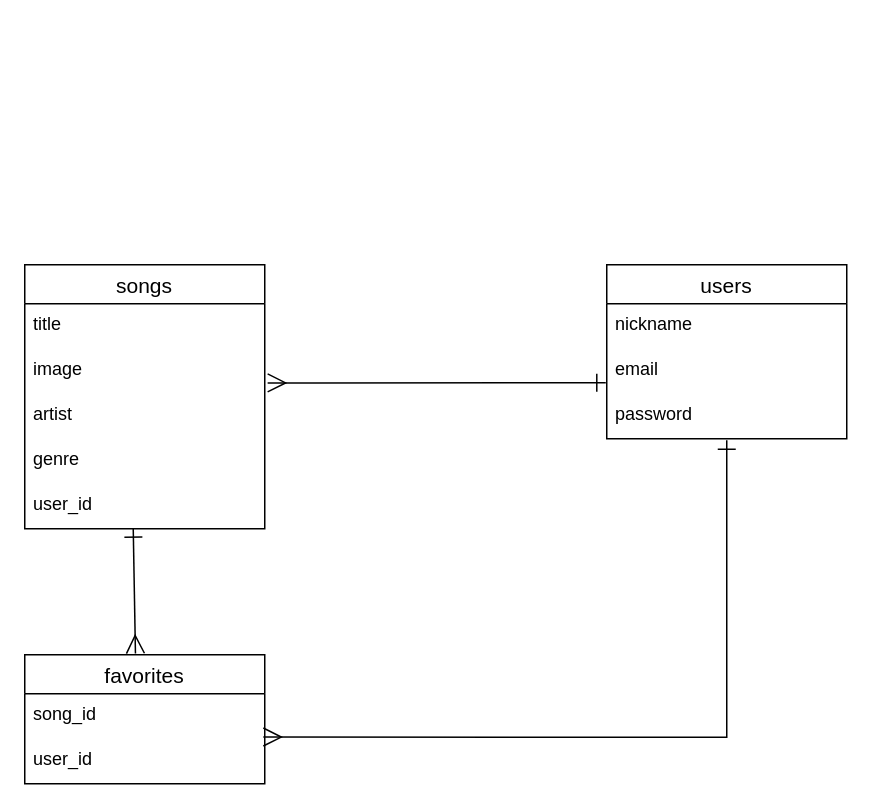
The draw.io diagram best-music-one.dio in nakk-ramy/best-music-one, before the edit. Source tidied: cells renumbered, new cells numbered last; positions are measured from the earlier drawing's top-left corner, leaving out a move shared by most shapes. Both pictures are drawn from the tidied source at 150%, with x=0, y=0 at pixel (24, 264).
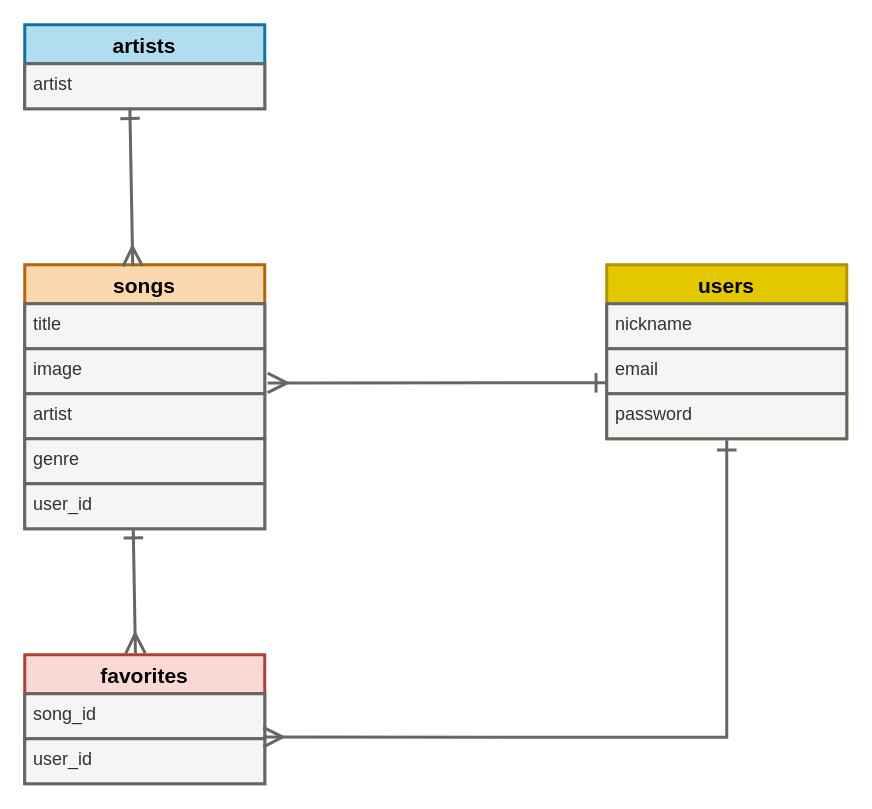
The same page after the edit.

Change to the diagram source:
```diff
@@
-<mxGraphModel>
+<mxGraphModel background="#FFFFFF">
@@
-    <mxCell id="2" value="songs" style="swimlane;fontStyle=0;horizontal=1;startSize=26;align=center;fontSize=14;" parent="1" vertex="1">
+    <mxCell id="2" value="songs" style="swimlane;fontStyle=1;horizontal=1;startSize=26;align=center;fontSize=14;strokeWidth=2;fillColor=#fad7ac;strokeColor=#b46504;fontColor=#000000;" parent="1" vertex="1">
       <mxGeometry width="160" height="176" as="geometry" />
     </mxCell>
-    <mxCell id="3" value="title&#10;" style="text;strokeColor=none;fillColor=none;spacingLeft=4;spacingRight=4;overflow=hidden;fontSize=12;" parent="2" vertex="1">
+    <mxCell id="3" value="title&#10;" style="text;fillColor=#f5f5f5;spacingLeft=4;spacingRight=4;overflow=hidden;fontSize=12;strokeColor=#666666;fontColor=#333333;strokeWidth=2;" parent="2" vertex="1">
       <mxGeometry y="26" width="160" height="30" as="geometry" />
     </mxCell>
-    <mxCell id="4" value="image" style="text;strokeColor=none;fillColor=none;spacingLeft=4;spacingRight=4;overflow=hidden;points=[[0,0.5],[1,0.5]];portConstraint=eastwest;fontSize=12;" parent="2" vertex="1">
+    <mxCell id="4" value="image" style="text;fillColor=#f5f5f5;spacingLeft=4;spacingRight=4;overflow=hidden;points=[[0,0.5],[1,0.5]];portConstraint=eastwest;fontSize=12;strokeColor=#666666;fontColor=#333333;strokeWidth=2;" parent="2" vertex="1">
       <mxGeometry y="56" width="160" height="30" as="geometry" />
     </mxCell>
-    <mxCell id="5" value="artist" style="text;strokeColor=none;fillColor=none;spacingLeft=4;spacingRight=4;overflow=hidden;fontSize=12;" parent="2" vertex="1">
+    <mxCell id="5" value="artist" style="text;fillColor=#f5f5f5;spacingLeft=4;spacingRight=4;overflow=hidden;fontSize=12;strokeColor=#666666;fontColor=#333333;strokeWidth=2;" parent="2" vertex="1">
       <mxGeometry y="86" width="160" height="30" as="geometry" />
     </mxCell>
-    <mxCell id="6" value="genre" style="text;strokeColor=none;fillColor=none;spacingLeft=4;spacingRight=4;overflow=hidden;fontSize=12;" parent="2" vertex="1">
+    <mxCell id="6" value="genre" style="text;fillColor=#f5f5f5;spacingLeft=4;spacingRight=4;overflow=hidden;fontSize=12;strokeColor=#666666;fontColor=#333333;strokeWidth=2;" parent="2" vertex="1">
       <mxGeometry y="116" width="160" height="30" as="geometry" />
     </mxCell>
-    <mxCell id="7" value="user_id" style="text;strokeColor=none;fillColor=none;spacingLeft=4;spacingRight=4;overflow=hidden;points=[[0,0.5],[1,0.5]];portConstraint=eastwest;fontSize=12;" parent="2" vertex="1">
+    <mxCell id="7" value="user_id" style="text;fillColor=#f5f5f5;spacingLeft=4;spacingRight=4;overflow=hidden;points=[[0,0.5],[1,0.5]];portConstraint=eastwest;fontSize=12;strokeColor=#666666;fontColor=#333333;strokeWidth=2;" parent="2" vertex="1">
       <mxGeometry y="146" width="160" height="30" as="geometry" />
     </mxCell>
-    <mxCell id="8" value="users" style="swimlane;fontStyle=0;horizontal=1;startSize=26;align=center;fontSize=14;" parent="1" vertex="1">
+    <mxCell id="8" value="users" style="swimlane;fontStyle=1;horizontal=1;startSize=26;align=center;fontSize=14;fillColor=#e3c800;strokeColor=#B09500;fontColor=#000000;strokeWidth=2;" parent="1" vertex="1">
       <mxGeometry x="388" width="160" height="116" as="geometry" />
     </mxCell>
-    <mxCell id="9" value="nickname   " style="text;strokeColor=none;fillColor=none;spacingLeft=4;spacingRight=4;overflow=hidden;fontSize=12;" parent="8" vertex="1">
+    <mxCell id="9" value="nickname   " style="text;fillColor=#f5f5f5;spacingLeft=4;spacingRight=4;overflow=hidden;fontSize=12;strokeColor=#666666;fontColor=#333333;strokeWidth=2;" parent="8" vertex="1">
       <mxGeometry y="26" width="160" height="30" as="geometry" />
     </mxCell>
-    <mxCell id="10" value="email " style="text;strokeColor=none;fillColor=none;spacingLeft=4;spacingRight=4;overflow=hidden;points=[[0,0.5],[1,0.5]];portConstraint=eastwest;fontSize=12;" parent="8" vertex="1">
+    <mxCell id="10" value="email " style="text;fillColor=#f5f5f5;spacingLeft=4;spacingRight=4;overflow=hidden;points=[[0,0.5],[1,0.5]];portConstraint=eastwest;fontSize=12;strokeColor=#666666;fontColor=#333333;strokeWidth=2;" parent="8" vertex="1">
       <mxGeometry y="56" width="160" height="30" as="geometry" />
     </mxCell>
-    <mxCell id="11" value="password" style="text;strokeColor=none;fillColor=none;spacingLeft=4;spacingRight=4;overflow=hidden;fontSize=12;" parent="8" vertex="1">
+    <mxCell id="11" value="password" style="text;fillColor=#f5f5f5;spacingLeft=4;spacingRight=4;overflow=hidden;fontSize=12;strokeColor=#666666;fontColor=#333333;strokeWidth=2;" parent="8" vertex="1">
       <mxGeometry y="86" width="160" height="30" as="geometry" />
     </mxCell>
-    <mxCell id="12" value="favorites" style="swimlane;fontStyle=0;horizontal=1;startSize=26;align=center;fontSize=14;" parent="1" vertex="1">
+    <mxCell id="12" value="favorites" style="swimlane;fontStyle=1;horizontal=1;startSize=26;align=center;fontSize=14;fillColor=#fad9d5;strokeColor=#ae4132;strokeWidth=2;fontColor=#000000;" parent="1" vertex="1">
       <mxGeometry y="260" width="160" height="86" as="geometry" />
     </mxCell>
-    <mxCell id="13" value="song_id" style="text;strokeColor=none;fillColor=none;spacingLeft=4;spacingRight=4;overflow=hidden;fontSize=12;" parent="12" vertex="1">
+    <mxCell id="13" value="song_id" style="text;fillColor=#f5f5f5;spacingLeft=4;spacingRight=4;overflow=hidden;fontSize=12;strokeColor=#666666;fontColor=#333333;strokeWidth=2;" parent="12" vertex="1">
       <mxGeometry y="26" width="160" height="30" as="geometry" />
     </mxCell>
-    <mxCell id="14" value="user_id" style="text;strokeColor=none;fillColor=none;spacingLeft=4;spacingRight=4;overflow=hidden;points=[[0,0.5],[1,0.5]];portConstraint=eastwest;fontSize=12;" parent="12" vertex="1">
+    <mxCell id="14" value="user_id" style="text;fillColor=#f5f5f5;spacingLeft=4;spacingRight=4;overflow=hidden;points=[[0,0.5],[1,0.5]];portConstraint=eastwest;fontSize=12;strokeColor=#666666;fontColor=#333333;strokeWidth=2;" parent="12" vertex="1">
       <mxGeometry y="56" width="160" height="30" as="geometry" />
     </mxCell>
-    <mxCell id="15" style="edgeStyle=entityRelationEdgeStyle;fontSize=12;html=1;endArrow=ERone;startArrow=ERmany;strokeWidth=1;jumpSize=13;rounded=0;endFill=0;entryX=-0.004;entryY=0.758;entryDx=0;entryDy=0;entryPerimeter=0;exitX=1.012;exitY=0.759;exitDx=0;exitDy=0;exitPerimeter=0;startFill=0;startSize=10;endSize=10;" parent="1" edge="1" source="4" target="10">
+    <mxCell id="15" style="edgeStyle=entityRelationEdgeStyle;fontSize=12;html=1;endArrow=ERone;startArrow=ERmany;strokeWidth=2;jumpSize=13;rounded=0;endFill=0;entryX=-0.004;entryY=0.758;entryDx=0;entryDy=0;entryPerimeter=0;exitX=1.012;exitY=0.759;exitDx=0;exitDy=0;exitPerimeter=0;startFill=0;startSize=10;endSize=10;fillColor=#f5f5f5;fontColor=#000000;strokeColor=#666666;" parent="1" edge="1" source="4" target="10">
       <mxGeometry relative="1" as="geometry" />
     </mxCell>
-    <mxCell id="16" style="endArrow=ERmany;html=1;rounded=0;endSize=10;targetPerimeterSpacing=1;strokeWidth=1;jumpSize=13;entryX=0.455;entryY=-0.01;entryDx=0;entryDy=0;entryPerimeter=0;startArrow=ERone;startFill=0;startSize=10;endFill=0;exitX=0.452;exitY=0.986;exitDx=0;exitDy=0;exitPerimeter=0;" parent="1" edge="1" source="7">
+    <mxCell id="16" style="endArrow=ERmany;html=1;rounded=0;endSize=10;targetPerimeterSpacing=1;strokeWidth=2;jumpSize=13;entryX=0.455;entryY=-0.01;entryDx=0;entryDy=0;entryPerimeter=0;startArrow=ERone;startFill=0;startSize=10;endFill=0;exitX=0.452;exitY=0.986;exitDx=0;exitDy=0;exitPerimeter=0;fillColor=#f5f5f5;fontColor=#000000;strokeColor=#666666;" parent="1" edge="1" source="7">
       <mxGeometry relative="1" as="geometry">
         <mxPoint x="73.8" y="259.1" as="targetPoint" />
       </mxGeometry>
     </mxCell>
-    <mxCell id="17" style="endArrow=ERone;html=1;startSize=10;endSize=10;targetPerimeterSpacing=1;strokeWidth=1;jumpSize=13;exitX=0.994;exitY=-0.038;exitDx=0;exitDy=0;exitPerimeter=0;rounded=0;startArrow=ERmany;startFill=0;endFill=0;" parent="1" edge="1" source="14">
+    <mxCell id="17" style="endArrow=ERone;html=1;startSize=10;endSize=10;targetPerimeterSpacing=1;strokeWidth=2;jumpSize=13;exitX=0.994;exitY=-0.038;exitDx=0;exitDy=0;exitPerimeter=0;rounded=0;startArrow=ERmany;startFill=0;endFill=0;fillColor=#f5f5f5;fontColor=#000000;strokeColor=#666666;" parent="1" edge="1" source="14">
       <mxGeometry relative="1" as="geometry">
         <mxPoint x="468" y="117" as="targetPoint" />
         <Array as="points">
           <mxPoint x="468" y="315" />
         </Array>
       </mxGeometry>
     </mxCell>
+    <mxCell id="18" value="artists" style="swimlane;fontStyle=1;horizontal=1;startSize=26;align=center;fontSize=14;fillColor=#b1ddf0;strokeColor=#10739e;strokeWidth=2;fontColor=#000000;" parent="1" vertex="1">
+      <mxGeometry y="-160" width="160" height="56" as="geometry" />
+    </mxCell>
+    <mxCell id="19" value="artist" style="text;fillColor=#f5f5f5;spacingLeft=4;spacingRight=4;overflow=hidden;points=[[0,0.5],[1,0.5]];portConstraint=eastwest;fontSize=12;strokeColor=#666666;fontColor=#333333;strokeWidth=2;" parent="18" vertex="1">
+      <mxGeometry y="26" width="160" height="30" as="geometry" />
+    </mxCell>
+    <mxCell id="20" style="endArrow=ERmany;html=1;rounded=0;endSize=10;targetPerimeterSpacing=1;strokeWidth=2;jumpSize=13;entryX=0.45;entryY=0.006;entryDx=0;entryDy=0;startArrow=ERone;startFill=0;startSize=10;endFill=0;fillColor=#f5f5f5;fontColor=#000000;strokeColor=#666666;entryPerimeter=0;exitX=0.438;exitY=1;exitDx=0;exitDy=0;exitPerimeter=0;" parent="1" edge="1" source="19" target="2">
+      <mxGeometry relative="1" as="geometry" />
+    </mxCell>
```
